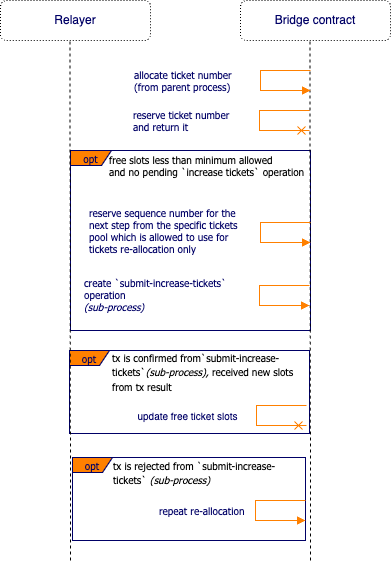
CoreumFoundation/coreumbridge-xrpl keeps this draw.io diagram as spec/img/allocate-ticket.png. Above is the earlier version. Source tidied: cells renumbered, new cells last; positions are measured from the earlier drawing's top-left corner, leaving out a move shared by most shapes.
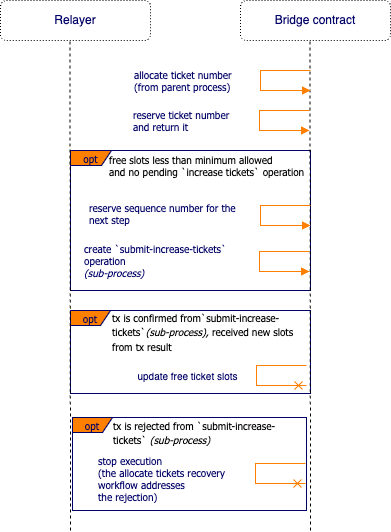
Above is the later version.

What changed in the source:
```diff
@@ -3,16 +3,16 @@
     <mxCell id="0" />
     <mxCell id="1" parent="0" />
     <mxCell id="2" value="opt" style="shape=umlFrame;whiteSpace=wrap;html=1;strokeColor=#000066;fillColor=#FF8000;fontFamily=Tahoma;fontSize=10;fontColor=#000066;align=center;width=40;height=15;" parent="1" vertex="1">
-      <mxGeometry x="69" y="350" width="240" height="83" as="geometry" />
+      <mxGeometry x="70" y="310" width="240" height="83" as="geometry" />
     </mxCell>
     <mxCell id="3" value="&lt;span style=&quot;font-family: Tahoma; font-size: 10px; font-style: normal; font-variant-ligatures: normal; font-variant-caps: normal; font-weight: 400; letter-spacing: normal; orphans: 2; text-align: left; text-indent: 0px; text-transform: none; widows: 2; word-spacing: 0px; -webkit-text-stroke-width: 0px; background-color: rgb(255, 255, 255); text-decoration-thickness: initial; text-decoration-style: initial; text-decoration-color: initial; float: none; display: inline !important;&quot;&gt;tx is confirmed from&lt;/span&gt;&lt;span style=&quot;font-family: Tahoma; font-size: 10px; font-style: normal; font-variant-ligatures: normal; font-variant-caps: normal; font-weight: 400; letter-spacing: normal; orphans: 2; text-align: left; text-indent: 0px; text-transform: none; widows: 2; word-spacing: 0px; -webkit-text-stroke-width: 0px; background-color: rgb(255, 255, 255); text-decoration-thickness: initial; text-decoration-style: initial; text-decoration-color: initial; float: none; display: inline !important;&quot;&gt;`submit-increase-tickets`&lt;/span&gt;&lt;span style=&quot;border-color: var(--border-color); font-family: Tahoma; font-size: 10px; font-style: normal; font-variant-ligatures: normal; font-variant-caps: normal; font-weight: 400; letter-spacing: normal; orphans: 2; text-align: left; text-indent: 0px; text-transform: none; widows: 2; word-spacing: 0px; -webkit-text-stroke-width: 0px; text-decoration-thickness: initial; text-decoration-style: initial; text-decoration-color: initial;&quot;&gt;&lt;i style=&quot;border-color: var(--border-color);&quot;&gt;(sub-process),&amp;nbsp;&lt;/i&gt;received new slots &lt;br&gt;from tx result&lt;/span&gt;" style="text;whiteSpace=wrap;html=1;fontColor=#000000;" parent="1" vertex="1">
-      <mxGeometry x="110" y="344" width="210" height="56" as="geometry" />
+      <mxGeometry x="110" y="304" width="210" height="56" as="geometry" />
     </mxCell>
     <mxCell id="4" value="opt" style="shape=umlFrame;whiteSpace=wrap;html=1;strokeColor=#000066;fillColor=#FF8000;fontFamily=Tahoma;fontSize=10;fontColor=#000066;align=center;width=40;height=15;" parent="1" vertex="1">
-      <mxGeometry x="72" y="457" width="233" height="83" as="geometry" />
+      <mxGeometry x="72" y="417" width="234" height="93" as="geometry" />
     </mxCell>
     <mxCell id="5" value="opt" style="shape=umlFrame;whiteSpace=wrap;html=1;strokeColor=#000066;fillColor=#FF8000;fontFamily=Tahoma;fontSize=10;fontColor=#000066;align=center;width=41;height=15;" parent="1" vertex="1">
-      <mxGeometry x="70" y="150" width="240" height="180" as="geometry" />
+      <mxGeometry x="70" y="150" width="240" height="140" as="geometry" />
     </mxCell>
     <mxCell id="6" value="Relayer" style="rounded=1;whiteSpace=wrap;html=1;fillColor=none;dashed=1;fontColor=#000066;dashPattern=1 2;" parent="1" vertex="1">
       <mxGeometry width="150" height="40" as="geometry" />
@@ -25,7 +25,7 @@
     </mxCell>
     <mxCell id="9" style="endArrow=none;dashed=1;html=1;rounded=0;" parent="1" edge="1">
       <mxGeometry relative="1" as="geometry">
-        <mxPoint x="70" y="560" as="sourcePoint" />
+        <mxPoint x="70" y="530" as="sourcePoint" />
         <mxPoint x="69.5" y="40" as="targetPoint" />
       </mxGeometry>
     </mxCell>
@@ -34,27 +34,27 @@
     </mxCell>
     <mxCell id="11" style="endArrow=none;dashed=1;html=1;rounded=0;" parent="1" edge="1">
       <mxGeometry relative="1" as="geometry">
-        <mxPoint x="310" y="560" as="sourcePoint" />
+        <mxPoint x="310" y="530" as="sourcePoint" />
         <mxPoint x="309.5" y="40" as="targetPoint" />
       </mxGeometry>
     </mxCell>
-    <mxCell id="12" value="reserve sequence number for the &lt;br&gt;next step from the specific tickets &lt;br&gt;pool which is allowed to use for &lt;br&gt;tickets re-allocation only" style="edgeStyle=orthogonalEdgeStyle;html=1;align=left;spacingLeft=2;endArrow=block;rounded=0;strokeColor=#FF8000;fontFamily=Tahoma;fontSize=10;fontColor=#000066;endFill=1;" parent="1" edge="1">
+    <mxCell id="12" value="reserve sequence number for the &lt;br&gt;next step" style="edgeStyle=orthogonalEdgeStyle;html=1;align=left;spacingLeft=2;endArrow=block;rounded=0;strokeColor=#FF8000;fontFamily=Tahoma;fontSize=10;fontColor=#000066;endFill=1;" parent="1" edge="1">
       <mxGeometry x="-0.03" y="-175" relative="1" as="geometry">
-        <mxPoint x="310" y="222" as="sourcePoint" />
-        <mxPoint x="310" y="242" as="targetPoint" />
+        <mxPoint x="310" y="205" as="sourcePoint" />
+        <mxPoint x="310" y="225" as="targetPoint" />
         <Array as="points">
-          <mxPoint x="260" y="222" />
-          <mxPoint x="260" y="242" />
+          <mxPoint x="260" y="205" />
+          <mxPoint x="260" y="225" />
         </Array>
       </mxGeometry>
     </mxCell>
-    <mxCell id="13" value="&lt;span style=&quot;border-color: var(--border-color);&quot;&gt;repeat re-allocation&lt;br&gt;&lt;/span&gt;" style="edgeStyle=orthogonalEdgeStyle;html=1;align=left;spacingLeft=2;endArrow=block;rounded=0;strokeColor=#FF8000;fontFamily=Tahoma;fontSize=10;fontColor=#000066;endFill=1;" parent="1" edge="1">
-      <mxGeometry y="-100" relative="1" as="geometry">
-        <mxPoint x="305" y="500" as="sourcePoint" />
-        <mxPoint x="305" y="520" as="targetPoint" />
+    <mxCell id="13" value="&lt;span style=&quot;border-color: var(--border-color);&quot;&gt;stop execution&amp;nbsp;&lt;br style=&quot;border-color: var(--border-color);&quot;&gt;(the allocate tickets recovery &lt;br&gt;workflow addresses &lt;br&gt;the rejection)&lt;br&gt;&lt;/span&gt;" style="edgeStyle=orthogonalEdgeStyle;html=1;align=left;spacingLeft=2;endArrow=cross;rounded=0;strokeColor=#FF8000;fontFamily=Tahoma;fontSize=10;fontColor=#000066;endFill=0;" parent="1" edge="1">
+      <mxGeometry x="0.08" y="-161" relative="1" as="geometry">
+        <mxPoint x="305" y="463" as="sourcePoint" />
+        <mxPoint x="305" y="483" as="targetPoint" />
         <Array as="points">
-          <mxPoint x="255" y="500" />
-          <mxPoint x="255" y="520" />
+          <mxPoint x="255" y="463" />
+          <mxPoint x="255" y="483" />
         </Array>
       </mxGeometry>
     </mxCell>
@@ -63,15 +63,15 @@
     </mxCell>
     <mxCell id="15" value="create `submit-increase-tickets`&lt;br&gt;operation&lt;br&gt;&lt;i&gt;(sub-process)&lt;/i&gt;" style="edgeStyle=orthogonalEdgeStyle;html=1;align=left;spacingLeft=2;endArrow=block;rounded=0;strokeColor=#FF8000;fontFamily=Tahoma;fontSize=10;fontColor=#000066;endFill=1;" parent="1" edge="1">
       <mxGeometry x="-0.02" y="-179" relative="1" as="geometry">
-        <mxPoint x="309" y="285" as="sourcePoint" />
-        <mxPoint x="309" y="305" as="targetPoint" />
+        <mxPoint x="309" y="251" as="sourcePoint" />
+        <mxPoint x="309" y="271" as="targetPoint" />
         <Array as="points">
-          <mxPoint x="259" y="285" />
-          <mxPoint x="259" y="305" />
+          <mxPoint x="259" y="251" />
+          <mxPoint x="259" y="271" />
         </Array>
       </mxGeometry>
     </mxCell>
-    <mxCell id="16" value="reserve ticket&amp;nbsp;number &lt;br&gt;and return it" style="edgeStyle=orthogonalEdgeStyle;html=1;align=left;spacingLeft=2;endArrow=cross;rounded=0;strokeColor=#FF8000;fontFamily=Tahoma;fontSize=10;fontColor=#000066;endFill=0;" parent="1" edge="1">
+    <mxCell id="16" value="reserve ticket&amp;nbsp;number &lt;br&gt;and return it" style="edgeStyle=orthogonalEdgeStyle;html=1;align=left;spacingLeft=2;endArrow=block;rounded=0;strokeColor=#FF8000;fontFamily=Tahoma;fontSize=10;fontColor=#000066;endFill=1;" parent="1" edge="1">
       <mxGeometry y="-130" relative="1" as="geometry">
         <mxPoint x="309" y="110" as="sourcePoint" />
         <mxPoint x="309" y="130" as="targetPoint" />
@@ -83,11 +83,11 @@
     </mxCell>
     <mxCell id="17" value="&lt;div style=&quot;border-color: var(--border-color); font-family: Helvetica; text-align: center;&quot;&gt;&lt;/div&gt;" style="edgeStyle=orthogonalEdgeStyle;html=1;align=left;spacingLeft=2;endArrow=cross;rounded=0;strokeColor=#FF8000;fontFamily=Tahoma;fontSize=10;fontColor=#000066;endFill=0;" parent="1" edge="1">
       <mxGeometry x="-0.17" y="-130" relative="1" as="geometry">
-        <mxPoint x="306" y="405" as="sourcePoint" />
-        <mxPoint x="306" y="425" as="targetPoint" />
+        <mxPoint x="306" y="365" as="sourcePoint" />
+        <mxPoint x="306" y="385" as="targetPoint" />
         <Array as="points">
-          <mxPoint x="256" y="405" />
-          <mxPoint x="256" y="425" />
+          <mxPoint x="256" y="365" />
+          <mxPoint x="256" y="385" />
         </Array>
       </mxGeometry>
     </mxCell>
@@ -107,7 +107,7 @@
       </mxGeometry>
     </mxCell>
     <mxCell id="20" value="&lt;span style=&quot;font-family: Tahoma; font-size: 10px; font-style: normal; font-variant-ligatures: normal; font-variant-caps: normal; font-weight: 400; letter-spacing: normal; orphans: 2; text-align: left; text-indent: 0px; text-transform: none; widows: 2; word-spacing: 0px; -webkit-text-stroke-width: 0px; background-color: rgb(255, 255, 255); text-decoration-thickness: initial; text-decoration-style: initial; text-decoration-color: initial; float: none; display: inline !important;&quot;&gt;tx is rejected from&amp;nbsp;&lt;/span&gt;&lt;span style=&quot;font-family: Tahoma; font-size: 10px; font-style: normal; font-variant-ligatures: normal; font-variant-caps: normal; font-weight: 400; letter-spacing: normal; orphans: 2; text-align: left; text-indent: 0px; text-transform: none; widows: 2; word-spacing: 0px; -webkit-text-stroke-width: 0px; background-color: rgb(255, 255, 255); text-decoration-thickness: initial; text-decoration-style: initial; text-decoration-color: initial; float: none; display: inline !important;&quot;&gt;`submit-increase-tickets`&amp;nbsp;&lt;/span&gt;&lt;span style=&quot;border-color: var(--border-color); font-family: Tahoma; font-size: 10px; font-style: normal; font-variant-ligatures: normal; font-variant-caps: normal; font-weight: 400; letter-spacing: normal; orphans: 2; text-align: left; text-indent: 0px; text-transform: none; widows: 2; word-spacing: 0px; -webkit-text-stroke-width: 0px; text-decoration-thickness: initial; text-decoration-style: initial; text-decoration-color: initial;&quot;&gt;&lt;i style=&quot;border-color: var(--border-color);&quot;&gt;(sub-process)&lt;/i&gt;&lt;/span&gt;" style="text;whiteSpace=wrap;html=1;fontColor=#000000;" parent="1" vertex="1">
-      <mxGeometry x="111" y="452" width="194" height="38" as="geometry" />
+      <mxGeometry x="111" y="412" width="194" height="38" as="geometry" />
     </mxCell>
   </root>
 </mxGraphModel>
```
